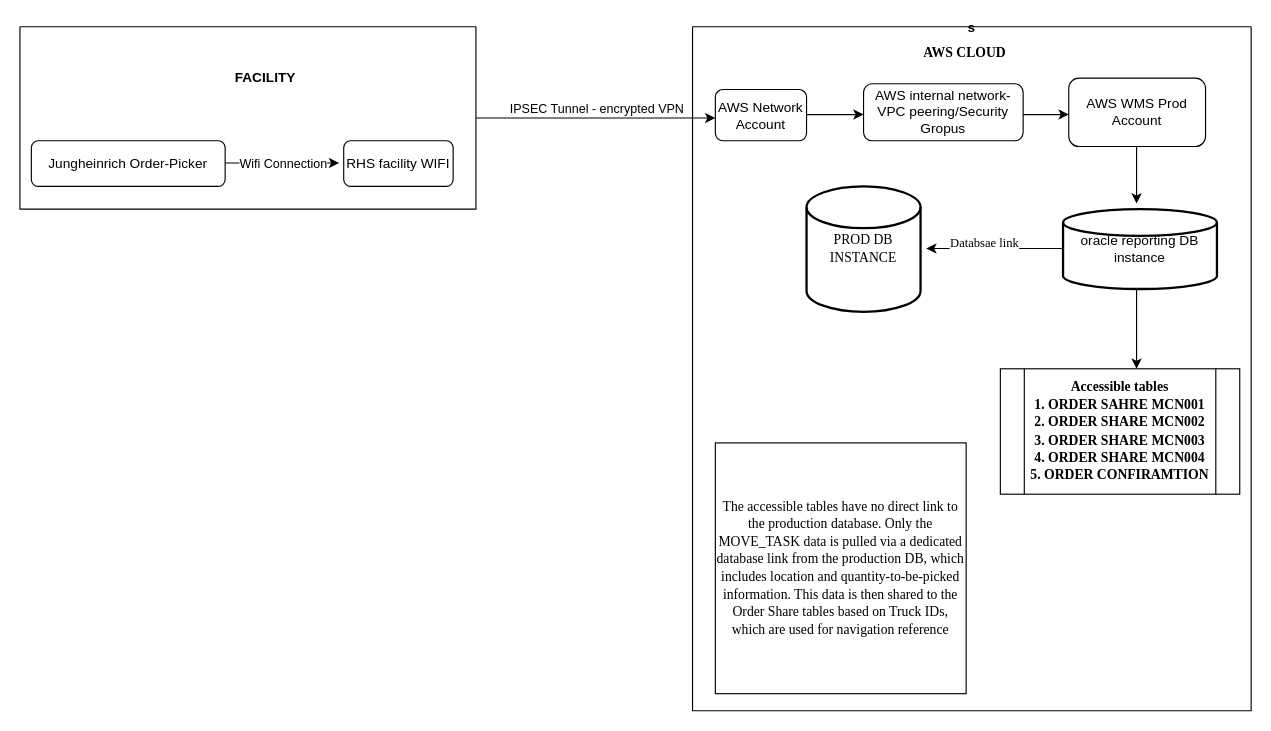
Sathya-1610/Jungheinrich-Flowchart keeps this draw.io diagram as Untitled Diagram.drawio. Above is the earlier version. Source tidied: cells renumbered, new cells numbered last; positions are measured from the earlier drawing's top-left corner, leaving out a move shared by most shapes. Both pictures are drawn from the tidied source at 114%, with x=0, y=0 at pixel (19, 26).
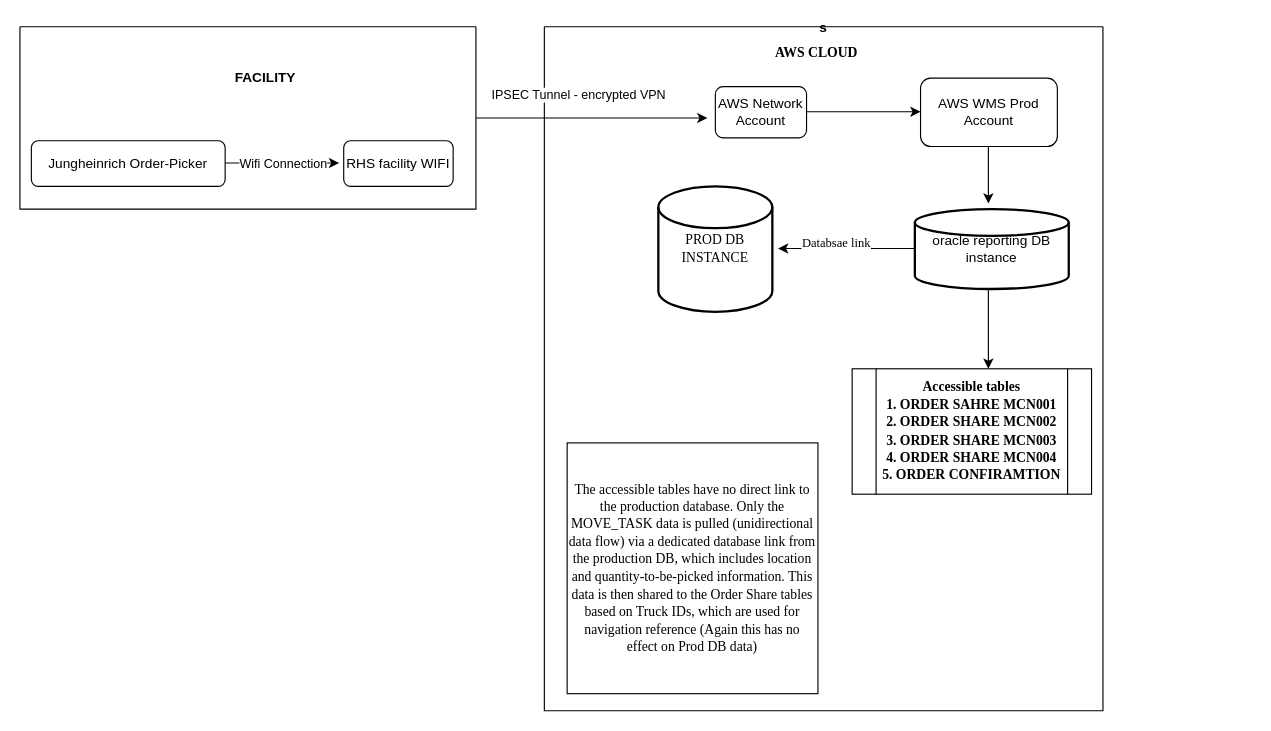
After the change.

The change refers to these unchanged cells:
```xml
<mxCell id="2" style="swimlane;startSize=0;" parent="1" vertex="1">
  <mxGeometry width="400" height="160" as="geometry" />
</mxCell>
```

The edit, as a diff of the source:
```diff
@@
     <mxCell id="8" value="s" style="swimlane;startSize=0;" parent="1" vertex="1">
-      <mxGeometry x="590" width="490" height="600" as="geometry" />
+      <mxGeometry x="460" width="490" height="600" as="geometry" />
     </mxCell>
-    <mxCell id="9" value="AWS Network Account" style="rounded=1;whiteSpace=wrap;html=1;" parent="8" vertex="1">
-      <mxGeometry x="20" y="55" width="80" height="45" as="geometry" />
-    </mxCell>
-    <mxCell id="10" value="AWS internal network-VPC peering/Security Gropus" style="rounded=1;whiteSpace=wrap;html=1;" parent="8" vertex="1">
-      <mxGeometry x="150" y="50" width="140" height="50" as="geometry" />
-    </mxCell>
-    <mxCell id="11" style="edgeStyle=none;orthogonalLoop=1;jettySize=auto;html=1;rounded=0;" parent="8" edge="1">
+    <mxCell id="11" style="edgeStyle=none;jettySize=auto;html=1;rounded=0;" parent="8" edge="1" source="9">
       <mxGeometry relative="1" as="geometry">
-        <mxPoint x="100" y="77" as="sourcePoint" />
         <mxPoint x="150" y="77" as="targetPoint" />
       </mxGeometry>
     </mxCell>
@@
-    <mxCell id="20" value="&lt;font face=&quot;Times New Roman&quot;&gt;The accessible tables have no direct link to the production database. Only the MOVE_TASK data is pulled via a dedicated database link from the production DB, which includes location and quantity-to-be-picked information. This data is then shared to the Order Share tables based on Truck IDs, which are used for navigation reference&lt;/font&gt;" style="whiteSpace=wrap;html=1;hachureGap=4;fontFamily=Architects Daughter;" parent="8" vertex="1">
+    <mxCell id="20" value="&lt;font face=&quot;Times New Roman&quot;&gt;The accessible tables have no direct link to the production database. Only the MOVE_TASK data is pulled (unidirectional data flow) via a dedicated database link from the production DB, which includes location and quantity-to-be-picked information. This data is then shared to the Order Share tables based on Truck IDs, which are used for navigation reference (Again this has no effect on Prod DB data)&lt;/font&gt;" style="whiteSpace=wrap;html=1;hachureGap=4;fontFamily=Architects Daughter;" parent="8" vertex="1">
       <mxGeometry x="20" y="365" width="220" height="220" as="geometry" />
     </mxCell>
@@
-    <mxCell id="22" style="edgeStyle=none;orthogonalLoop=1;jettySize=auto;html=1;rounded=0;" parent="8" edge="1">
-      <mxGeometry relative="1" as="geometry">
-        <mxPoint x="290" y="77" as="sourcePoint" />
-        <mxPoint x="330" y="77" as="targetPoint" />
-      </mxGeometry>
-    </mxCell>
+    <mxCell id="9" value="AWS Network Account" style="rounded=1;whiteSpace=wrap;html=1;" parent="8" vertex="1">
+      <mxGeometry x="150" y="52.5" width="80" height="45" as="geometry" />
+    </mxCell>
+    <mxCell id="25" style="edgeStyle=none;orthogonalLoop=1;jettySize=auto;html=1;rounded=0;hachureGap=4;fontFamily=Architects Daughter;" parent="8" edge="1">
+      <mxGeometry relative="1" as="geometry">
+        <mxPoint x="230" y="74.5" as="sourcePoint" />
+        <mxPoint x="330" y="74.5" as="targetPoint" />
+      </mxGeometry>
+    </mxCell>
-    <mxCell id="23" style="endArrow=classic;html=1;rounded=0;exitX=1;exitY=0.5;exitDx=0;exitDy=0;" parent="1" edge="1" source="2">
-      <mxGeometry relative="1" as="geometry">
-        <mxPoint x="610" y="80" as="targetPoint" />
-      </mxGeometry>
+    <mxCell id="23" style="endArrow=classic;html=1;rounded=0;exitX=1;exitY=0.5;exitDx=0;exitDy=0;entryX=-0.087;entryY=0.611;entryDx=0;entryDy=0;entryPerimeter=0;" parent="1" edge="1" source="2" target="9">
+      <mxGeometry relative="1" as="geometry" />
     </mxCell>
     <mxCell id="24" value="IPSEC Tunnel - encrypted VPN" style="edgeLabel;html=1;align=center;verticalAlign=middle;" parent="23" vertex="1">
       <mxGeometry relative="1" as="geometry">
-        <mxPoint y="-9" as="offset" />
+        <mxPoint x="-12" y="-20" as="offset" />
       </mxGeometry>
     </mxCell>
```
